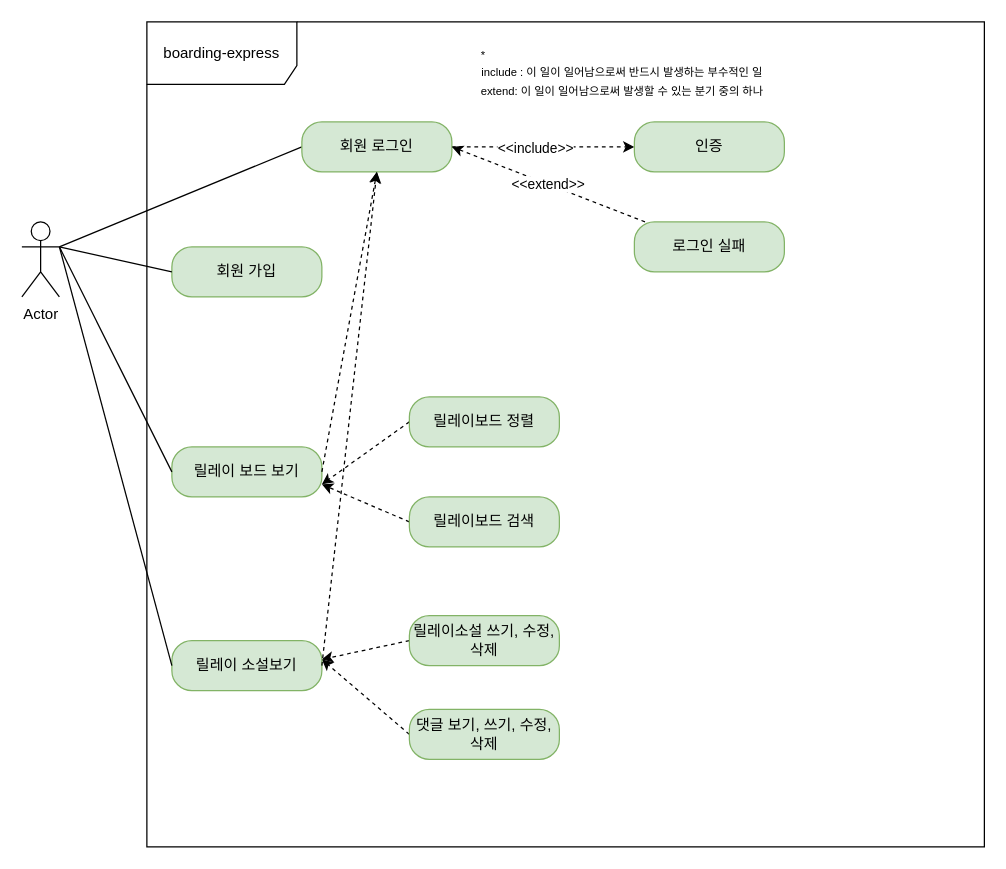
Earlier version of the draw.io diagram boarding-express/제목 없는 다이어그램.drawio (6161990/T-Express). Source tidied: cells renumbered, new cells numbered last; positions are measured from the earlier drawing's top-left corner, leaving out a move shared by most shapes. Both pictures are drawn from the tidied source at 125%, with x=0, y=0 at pixel (21, 21).
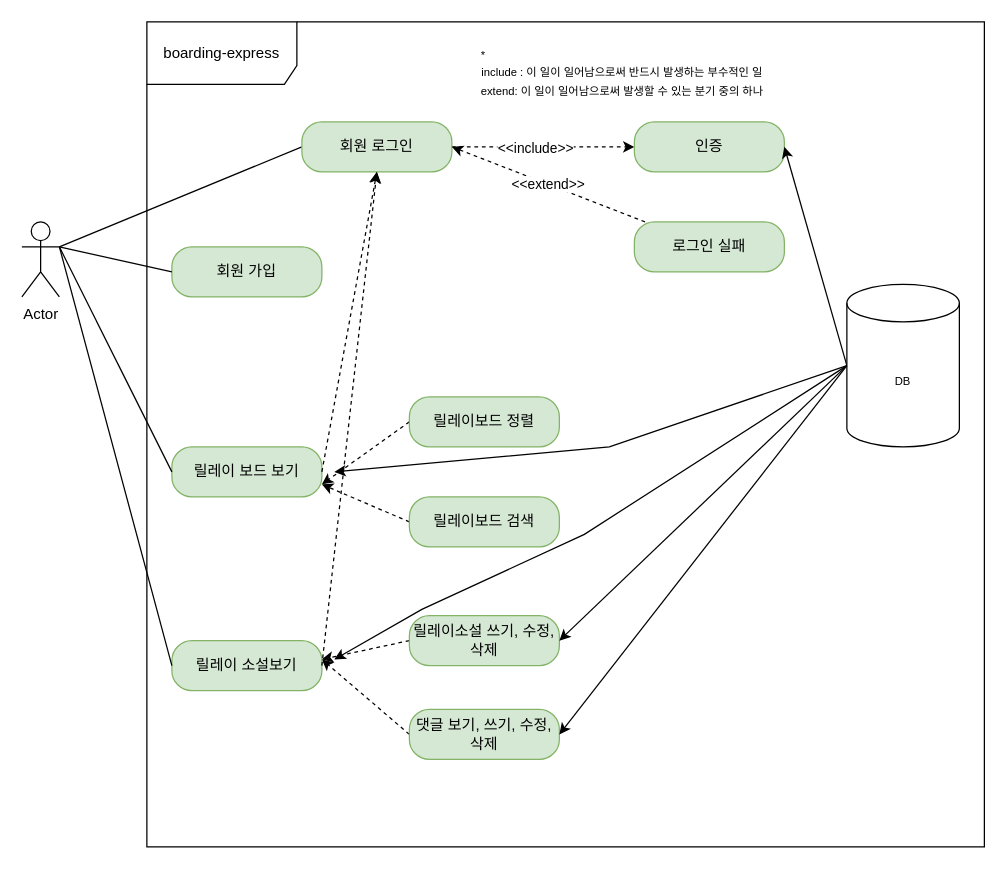
The same diagram, later.

Commit message:
boardingExpress use-case

The change refers to these unchanged cells:
```xml
<mxCell id="10" value="인증" style="rounded=1;whiteSpace=wrap;html=1;arcSize=40;fillColor=#d5e8d4;strokeColor=#82b366;" parent="1" vertex="1">
  <mxGeometry x="490" y="80" width="120" height="40" as="geometry" />
</mxCell>
<mxCell id="20" value="댓글 보기, 쓰기, 수정, 삭제" style="rounded=1;whiteSpace=wrap;html=1;arcSize=40;fillColor=#d5e8d4;strokeColor=#82b366;" parent="1" vertex="1">
  <mxGeometry x="310" y="550" width="120" height="40" as="geometry" />
</mxCell>
```

What changed in the source:
```diff
@@
+    <mxCell id="28" style="edgeStyle=none;rounded=0;jettySize=auto;html=1;entryX=1;entryY=0.5;entryDx=0;entryDy=0;fontSize=9;endArrow=classic;endFill=1;exitX=0;exitY=0.5;exitDx=0;exitDy=0;exitPerimeter=0;" parent="1" edge="1" source="31" target="10">
+      <mxGeometry relative="1" as="geometry" />
+    </mxCell>
+    <mxCell id="29" style="edgeStyle=none;rounded=0;jettySize=auto;html=1;exitX=0;exitY=0.5;exitDx=0;exitDy=0;exitPerimeter=0;fontSize=9;endArrow=classic;endFill=1;" parent="1" edge="1" source="31">
+      <mxGeometry relative="1" as="geometry">
+        <mxPoint x="250" y="360" as="targetPoint" />
+        <Array as="points">
+          <mxPoint x="470" y="340" />
+        </Array>
+      </mxGeometry>
+    </mxCell>
+    <mxCell id="30" style="edgeStyle=none;rounded=0;jettySize=auto;html=1;exitX=0;exitY=0.5;exitDx=0;exitDy=0;exitPerimeter=0;entryX=1;entryY=0.5;entryDx=0;entryDy=0;fontSize=9;endArrow=classic;endFill=1;" parent="1" edge="1" source="31" target="20">
+      <mxGeometry relative="1" as="geometry" />
+    </mxCell>
+    <mxCell id="31" value="DB" style="shape=cylinder3;whiteSpace=wrap;html=1;boundedLbl=1;backgroundOutline=1;size=15;fontSize=9;" parent="1" vertex="1">
+      <mxGeometry x="660" y="210" width="90" height="130" as="geometry" />
+    </mxCell>
+    <mxCell id="32" style="edgeStyle=none;rounded=0;jettySize=auto;html=1;entryX=1;entryY=0.5;entryDx=0;entryDy=0;fontSize=9;endArrow=classic;endFill=1;exitX=0;exitY=0.5;exitDx=0;exitDy=0;exitPerimeter=0;" parent="1" edge="1" source="31">
+      <mxGeometry relative="1" as="geometry">
+        <mxPoint x="430" y="495" as="targetPoint" />
+      </mxGeometry>
+    </mxCell>
+    <mxCell id="33" style="edgeStyle=none;rounded=0;jettySize=auto;html=1;exitX=0;exitY=0.5;exitDx=0;exitDy=0;exitPerimeter=0;fontSize=9;endArrow=classic;endFill=1;" parent="1" edge="1" source="31">
+      <mxGeometry relative="1" as="geometry">
+        <mxPoint x="250" y="510" as="targetPoint" />
+        <Array as="points">
+          <mxPoint x="450" y="410" />
+          <mxPoint x="320" y="470" />
+        </Array>
+      </mxGeometry>
+    </mxCell>
```
